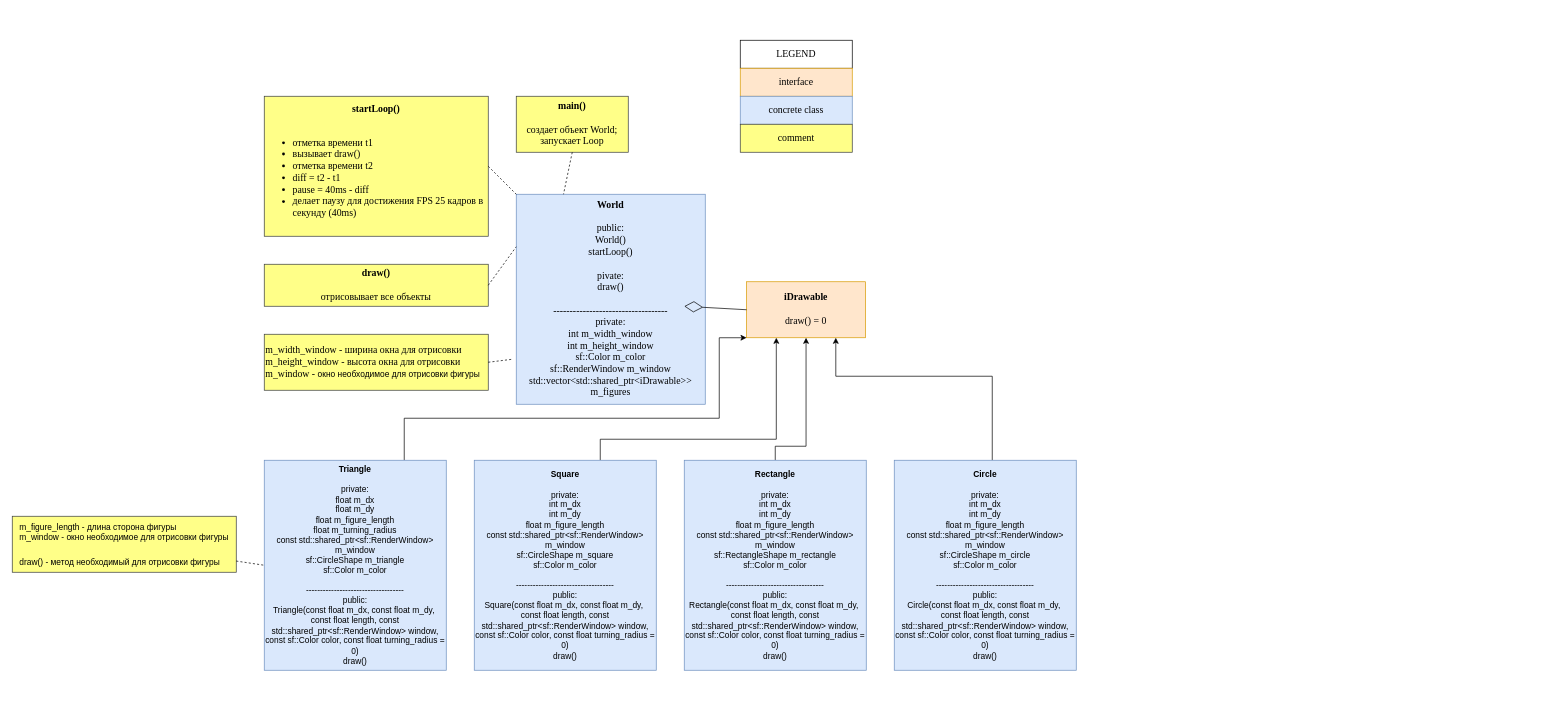
The draw.io diagram 2022-11-22 2120 Figures/figures/diagram.drawio in ProgProgrammer/learning_cpp, before the edit. Source tidied: cells renumbered, new cells numbered last; positions are measured from the earlier drawing's top-left corner, leaving out a move shared by most shapes. Both pictures are drawn from the tidied source at 70%, with x=0, y=0 at pixel (12, 40).
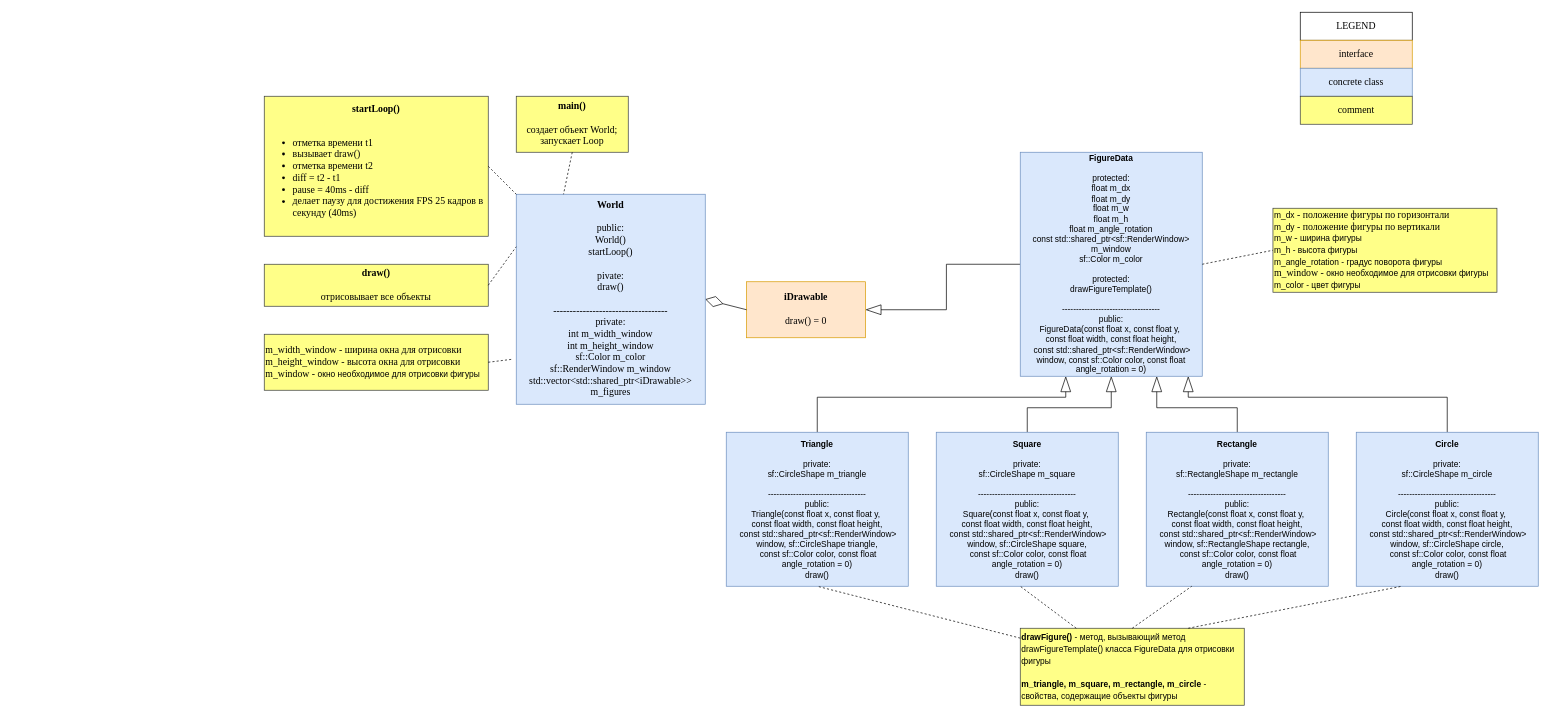
Above is the later version.

Unchanged cells that the change refers to:
```xml
<mxCell id="2" value="&lt;font face=&quot;Times New Roman&quot; style=&quot;font-size: 14px;&quot;&gt;&lt;b&gt;iDrawable&lt;/b&gt;&lt;br&gt;&lt;br&gt;draw() = 0&lt;/font&gt;" style="rounded=0;whiteSpace=wrap;html=1;fillColor=#ffe6cc;strokeColor=#d79b00;" parent="1" vertex="1">
  <mxGeometry x="1049" y="345" width="170" height="80" as="geometry" />
</mxCell>
<mxCell id="3" value="&lt;b&gt;World&lt;/b&gt;&lt;br&gt;&lt;br&gt;public:&lt;br&gt;World()&lt;br&gt;startLoop()&lt;br&gt;&lt;br&gt;pivate:&lt;br&gt;draw()&lt;br&gt;&lt;br&gt;-----------------------------------&lt;br&gt;private:&lt;br&gt;int m_width_window&lt;br&gt;int m_height_window&lt;br&gt;&lt;span style=&quot;font-size: 14px;&quot;&gt;sf::Color m_color&lt;/span&gt;&lt;br&gt;&lt;span style=&quot;font-size: 14px;&quot;&gt;sf::RenderWindow m_window&lt;/span&gt;&lt;br&gt;&lt;span style=&quot;font-size: 14px;&quot;&gt;std::vector&amp;lt;std::shared_ptr&amp;lt;iDrawable&amp;gt;&amp;gt; m_figures&lt;/span&gt;" style="rounded=0;whiteSpace=wrap;html=1;fontFamily=Times New Roman;fontSize=14;fillColor=#dae8fc;strokeColor=#6c8ebf;" parent="1" vertex="1">
  <mxGeometry x="720" y="220" width="270" height="300" as="geometry" />
</mxCell>
```

Change to the diagram source:
```diff
@@
-    <mxCell id="4" style="endArrow=diamondThin;endFill=0;endSize=24;html=1;rounded=0;fontFamily=Times New Roman;fontSize=14;exitX=0;exitY=0.5;exitDx=0;exitDy=0;" parent="1" edge="1" source="2">
-      <mxGeometry relative="1" as="geometry">
-        <mxPoint x="960" y="380" as="targetPoint" />
-      </mxGeometry>
+    <mxCell id="4" style="endArrow=diamondThin;endFill=0;endSize=24;html=1;rounded=0;fontFamily=Times New Roman;fontSize=14;exitX=0;exitY=0.5;exitDx=0;exitDy=0;entryX=1;entryY=0.5;entryDx=0;entryDy=0;" parent="1" edge="1" source="2" target="3">
+      <mxGeometry relative="1" as="geometry" />
     </mxCell>
@@
     <mxCell id="11" value="LEGEND" style="rounded=0;whiteSpace=wrap;html=1;fontFamily=Times New Roman;fontSize=14;" parent="1" vertex="1">
-      <mxGeometry x="1040" width="160" height="40" as="geometry" />
+      <mxGeometry x="1840" y="-40" width="160" height="40" as="geometry" />
     </mxCell>
     <mxCell id="12" value="interface" style="rounded=0;whiteSpace=wrap;html=1;fontFamily=Times New Roman;fontSize=14;fillColor=#ffe6cc;strokeColor=#d79b00;" parent="1" vertex="1">
-      <mxGeometry x="1040" y="40" width="160" height="40" as="geometry" />
+      <mxGeometry x="1840" width="160" height="40" as="geometry" />
     </mxCell>
     <mxCell id="13" value="concrete class" style="rounded=0;whiteSpace=wrap;html=1;fontFamily=Times New Roman;fontSize=14;fillColor=#dae8fc;strokeColor=#6c8ebf;" parent="1" vertex="1">
-      <mxGeometry x="1040" y="80" width="160" height="40" as="geometry" />
+      <mxGeometry x="1840" y="40" width="160" height="40" as="geometry" />
     </mxCell>
     <mxCell id="14" value="comment" style="rounded=0;whiteSpace=wrap;html=1;fontFamily=Times New Roman;fontSize=14;fillColor=#ffff88;strokeColor=#36393d;" parent="1" vertex="1">
-      <mxGeometry x="1040" y="120" width="160" height="40" as="geometry" />
+      <mxGeometry x="1840" y="80" width="160" height="40" as="geometry" />
     </mxCell>
-    <mxCell id="15" style="edgeStyle=orthogonalEdgeStyle;rounded=0;jettySize=auto;html=1;entryX=0;entryY=1;entryDx=0;entryDy=0;" parent="1" edge="1" source="16" target="2">
-      <mxGeometry relative="1" as="geometry">
-        <Array as="points">
-          <mxPoint x="560" y="540" />
-          <mxPoint x="1010" y="540" />
-          <mxPoint x="1010" y="425" />
-        </Array>
-      </mxGeometry>
-    </mxCell>
+    <mxCell id="27" style="edgeStyle=orthogonalEdgeStyle;rounded=0;jumpStyle=none;jumpSize=6;jettySize=auto;html=1;entryX=0.25;entryY=1;entryDx=0;entryDy=0;strokeWidth=1;endArrow=blockThin;endFill=0;endSize=20;" parent="1" edge="1" source="16" target="32">
+      <mxGeometry relative="1" as="geometry">
+        <Array as="points">
+          <mxPoint x="1150" y="510" />
+          <mxPoint x="1505" y="510" />
+        </Array>
+      </mxGeometry>
+    </mxCell>
-    <mxCell id="16" value="&lt;b&gt;Triangle&lt;/b&gt;&lt;br&gt;&lt;br&gt;private:&lt;br&gt;float m_dx&lt;br&gt;float m_dy&lt;br&gt;float m_figure_length&lt;br&gt;float m_turning_radius&lt;br&gt;const&amp;nbsp;std::shared_ptr&amp;lt;sf::RenderWindow&amp;gt; m_window&lt;br&gt;sf::CircleShape m_triangle&lt;br&gt;sf::Color m_color&lt;br&gt;&lt;br&gt;-----------------------------------&lt;br&gt;public:&lt;br&gt;Triangle(const float m_dx, const float m_dy,&amp;nbsp;&lt;br&gt;const float length, const std::shared_ptr&amp;lt;sf::RenderWindow&amp;gt; window, const sf::Color color, const float turning_radius = 0)&lt;br&gt;draw()" style="rounded=0;whiteSpace=wrap;html=1;fillColor=#dae8fc;strokeColor=#6c8ebf;" parent="1" vertex="1">
-      <mxGeometry x="360" y="600" width="260" height="300" as="geometry" />
+    <mxCell id="16" value="&lt;b&gt;Triangle&lt;/b&gt;&lt;br&gt;&lt;br&gt;private:&lt;br&gt;sf::CircleShape m_triangle&lt;br&gt;&lt;br&gt;-----------------------------------&lt;br&gt;public:&lt;br&gt;Triangle(const float x, const float y,&amp;nbsp;&lt;br&gt;const float width, const float height,&lt;br&gt;&amp;nbsp;const std::shared_ptr&amp;lt;sf::RenderWindow&amp;gt; window, sf::CircleShape triangle,&lt;br&gt;&amp;nbsp;const sf::Color color, const float angle_rotation&amp;nbsp;= 0)&lt;br&gt;draw()" style="rounded=0;whiteSpace=wrap;html=1;fillColor=#dae8fc;strokeColor=#6c8ebf;" parent="1" vertex="1">
+      <mxGeometry x="1020" y="560" width="260" height="220" as="geometry" />
     </mxCell>
-    <mxCell id="17" style="edgeStyle=orthogonalEdgeStyle;rounded=0;jettySize=auto;html=1;entryX=0.25;entryY=1;entryDx=0;entryDy=0;" parent="1" edge="1" source="18" target="2">
-      <mxGeometry relative="1" as="geometry">
-        <Array as="points">
-          <mxPoint x="840" y="570" />
-          <mxPoint x="1092" y="570" />
-        </Array>
-      </mxGeometry>
-    </mxCell>
+    <mxCell id="28" style="edgeStyle=orthogonalEdgeStyle;rounded=0;jumpStyle=none;jumpSize=6;jettySize=auto;html=1;strokeWidth=1;endArrow=blockThin;endFill=0;endSize=20;" parent="1" edge="1" source="18" target="32">
+      <mxGeometry relative="1" as="geometry" />
+    </mxCell>
-    <mxCell id="18" value="&lt;b&gt;Square&lt;/b&gt;&lt;br&gt;&lt;br&gt;private:&lt;br&gt;int m_dx&lt;br&gt;int m_dy&lt;br&gt;float m_figure_length&lt;br&gt;const&amp;nbsp;std::shared_ptr&amp;lt;sf::RenderWindow&amp;gt; m_window&lt;br&gt;sf::CircleShape m_square&lt;br&gt;sf::Color m_color&lt;br&gt;&lt;br&gt;-----------------------------------&lt;br&gt;public:&lt;br&gt;Square(const float m_dx, const float m_dy,&amp;nbsp;&lt;br&gt;const float length, const std::shared_ptr&amp;lt;sf::RenderWindow&amp;gt; window, const sf::Color color, const float turning_radius = 0)&lt;br&gt;draw()" style="rounded=0;whiteSpace=wrap;html=1;fillColor=#dae8fc;strokeColor=#6c8ebf;" parent="1" vertex="1">
-      <mxGeometry x="660" y="600" width="260" height="300" as="geometry" />
+    <mxCell id="18" value="&lt;b&gt;Square&lt;/b&gt;&lt;br&gt;&lt;br&gt;private:&lt;br&gt;sf::CircleShape m_square&lt;br&gt;&lt;br&gt;-----------------------------------&lt;br&gt;public:&lt;br&gt;Square(const float x, const float y,&amp;nbsp;&lt;br&gt;const float width, const float height,&lt;br&gt;&amp;nbsp;const std::shared_ptr&amp;lt;sf::RenderWindow&amp;gt; window, sf::CircleShape square,&lt;br&gt;&amp;nbsp;const sf::Color color, const float angle_rotation&amp;nbsp;= 0)&lt;br&gt;draw()" style="rounded=0;whiteSpace=wrap;html=1;fillColor=#dae8fc;strokeColor=#6c8ebf;" parent="1" vertex="1">
+      <mxGeometry x="1320" y="560" width="260" height="220" as="geometry" />
     </mxCell>
-    <mxCell id="19" style="edgeStyle=orthogonalEdgeStyle;rounded=0;jettySize=auto;html=1;entryX=0.5;entryY=1;entryDx=0;entryDy=0;" parent="1" edge="1" source="20" target="2">
-      <mxGeometry relative="1" as="geometry">
-        <Array as="points">
-          <mxPoint x="1090" y="580" />
-          <mxPoint x="1134" y="580" />
-        </Array>
-      </mxGeometry>
-    </mxCell>
+    <mxCell id="29" style="edgeStyle=orthogonalEdgeStyle;rounded=0;jumpStyle=none;jumpSize=6;jettySize=auto;html=1;entryX=0.75;entryY=1;entryDx=0;entryDy=0;strokeWidth=1;endArrow=blockThin;endFill=0;endSize=20;" parent="1" edge="1" source="20" target="32">
+      <mxGeometry relative="1" as="geometry" />
+    </mxCell>
-    <mxCell id="20" value="&lt;b&gt;Rectangle&lt;/b&gt;&lt;br&gt;&lt;br&gt;private:&lt;br&gt;int m_dx&lt;br&gt;int m_dy&lt;br&gt;float m_figure_length&lt;br&gt;const&amp;nbsp;std::shared_ptr&amp;lt;sf::RenderWindow&amp;gt; m_window&lt;br&gt;sf::RectangleShape m_rectangle&lt;br&gt;sf::Color m_color&lt;br&gt;&lt;br&gt;-----------------------------------&lt;br&gt;public:&lt;br&gt;Rectangle(const float m_dx, const float m_dy,&amp;nbsp;&lt;br&gt;const float length, const std::shared_ptr&amp;lt;sf::RenderWindow&amp;gt; window, const sf::Color color, const float turning_radius = 0)&lt;br&gt;draw()" style="rounded=0;whiteSpace=wrap;html=1;fillColor=#dae8fc;strokeColor=#6c8ebf;" parent="1" vertex="1">
-      <mxGeometry x="960" y="600" width="260" height="300" as="geometry" />
+    <mxCell id="20" value="&lt;b&gt;Rectangle&lt;/b&gt;&lt;br&gt;&lt;br&gt;private:&lt;br&gt;sf::RectangleShape m_rectangle&lt;br&gt;&lt;br&gt;-----------------------------------&lt;br&gt;public:&lt;br&gt;Rectangle(const float x, const float y,&amp;nbsp;&lt;br&gt;const float width, const float height,&lt;br&gt;&amp;nbsp;const std::shared_ptr&amp;lt;sf::RenderWindow&amp;gt; window, sf::RectangleShape rectangle,&lt;br&gt;&amp;nbsp;const sf::Color color, const float angle_rotation&amp;nbsp;= 0)&lt;br&gt;draw()" style="rounded=0;whiteSpace=wrap;html=1;fillColor=#dae8fc;strokeColor=#6c8ebf;" parent="1" vertex="1">
+      <mxGeometry x="1620" y="560" width="260" height="220" as="geometry" />
     </mxCell>
-    <mxCell id="21" style="edgeStyle=orthogonalEdgeStyle;rounded=0;jettySize=auto;html=1;entryX=0.75;entryY=1;entryDx=0;entryDy=0;" parent="1" edge="1" source="22" target="2">
-      <mxGeometry relative="1" as="geometry">
-        <Array as="points">
-          <mxPoint x="1400" y="480" />
-          <mxPoint x="1177" y="480" />
-        </Array>
-      </mxGeometry>
-    </mxCell>
+    <mxCell id="30" style="edgeStyle=orthogonalEdgeStyle;rounded=0;jumpStyle=none;jumpSize=6;jettySize=auto;html=1;entryX=0.923;entryY=1;entryDx=0;entryDy=0;entryPerimeter=0;strokeWidth=1;endArrow=blockThin;endFill=0;endSize=20;exitX=0.5;exitY=0;exitDx=0;exitDy=0;" parent="1" edge="1" source="22" target="32">
+      <mxGeometry relative="1" as="geometry">
+        <Array as="points">
+          <mxPoint x="2050" y="510" />
+          <mxPoint x="1680" y="510" />
+        </Array>
+      </mxGeometry>
+    </mxCell>
-    <mxCell id="22" value="&lt;b&gt;Circle&lt;/b&gt;&lt;br&gt;&lt;br&gt;private:&lt;br&gt;int m_dx&lt;br&gt;int m_dy&lt;br&gt;float m_figure_length&lt;br&gt;const std::shared_ptr&amp;lt;sf::RenderWindow&amp;gt; m_window&lt;br&gt;sf::CircleShape m_circle&lt;br&gt;sf::Color m_color&lt;br&gt;&lt;br&gt;-----------------------------------&lt;br&gt;public:&lt;br&gt;Circle(const float m_dx, const float m_dy,&amp;nbsp;&lt;br&gt;const float length, const std::shared_ptr&amp;lt;sf::RenderWindow&amp;gt; window, const sf::Color color, const float turning_radius = 0)&lt;br&gt;draw()" style="rounded=0;whiteSpace=wrap;html=1;fillColor=#dae8fc;strokeColor=#6c8ebf;" parent="1" vertex="1">
-      <mxGeometry x="1260" y="600" width="260" height="300" as="geometry" />
+    <mxCell id="22" value="&lt;b&gt;Circle&lt;/b&gt;&lt;br&gt;&lt;br&gt;private:&lt;br&gt;sf::CircleShape m_circle&lt;br&gt;&lt;br&gt;-----------------------------------&lt;br&gt;public:&lt;br&gt;Circle(const float x, const float y,&amp;nbsp;&lt;br&gt;const float width, const float height,&lt;br&gt;&amp;nbsp;const std::shared_ptr&amp;lt;sf::RenderWindow&amp;gt; window, sf::CircleShape circle,&lt;br&gt;&amp;nbsp;const sf::Color color, const float angle_rotation&amp;nbsp;= 0)&lt;br&gt;draw()" style="rounded=0;whiteSpace=wrap;html=1;fillColor=#dae8fc;strokeColor=#6c8ebf;" parent="1" vertex="1">
+      <mxGeometry x="1920" y="560" width="260" height="220" as="geometry" />
     </mxCell>
-    <mxCell id="23" value="&lt;div style=&quot;text-align: left;&quot;&gt;&lt;span style=&quot;font-family: Helvetica; font-size: 12px; background-color: initial;&quot;&gt;m_figure_length - длина сторона фигуры&lt;/span&gt;&lt;/div&gt;&lt;span style=&quot;font-family: Helvetica; font-size: 12px;&quot;&gt;&lt;div style=&quot;text-align: left;&quot;&gt;&lt;span style=&quot;background-color: initial;&quot;&gt;m_window - окно необходимое для отрисовки фигуры&lt;/span&gt;&lt;/div&gt;&lt;/span&gt;&lt;div style=&quot;text-align: left;&quot;&gt;&lt;font face=&quot;Helvetica&quot;&gt;&lt;span style=&quot;font-size: 12px;&quot;&gt;&lt;br&gt;&lt;/span&gt;&lt;/font&gt;&lt;/div&gt;&lt;font face=&quot;Helvetica&quot;&gt;&lt;div style=&quot;text-align: left;&quot;&gt;&lt;span style=&quot;font-size: 12px; background-color: initial;&quot;&gt;draw() - метод необходимый для отрисовки фигуры&lt;/span&gt;&lt;/div&gt;&lt;/font&gt;" style="rounded=0;whiteSpace=wrap;html=1;fontFamily=Times New Roman;fontSize=14;fillColor=#ffff88;strokeColor=#36393d;" parent="1" vertex="1">
-      <mxGeometry y="680" width="320" height="80" as="geometry" />
+    <mxCell id="23" value="&lt;div style=&quot;&quot;&gt;&lt;span style=&quot;font-family: Helvetica; font-size: 12px;&quot;&gt;&lt;b&gt;drawFigure()&lt;/b&gt; - метод, вызывающий метод&amp;nbsp;&lt;/span&gt;&lt;br&gt;&lt;/div&gt;&lt;span style=&quot;font-family: Helvetica; font-size: 12px;&quot;&gt;drawFigureTemplate() класса FigureData для отрисовки фигуры&lt;br&gt;&lt;br&gt;&lt;/span&gt;&lt;b&gt;&lt;span style=&quot;font-family: Helvetica; font-size: 12px; text-align: center;&quot;&gt;m_triangle,&amp;nbsp;&lt;/span&gt;&lt;span style=&quot;font-family: Helvetica; font-size: 12px; text-align: center;&quot;&gt;m_square,&amp;nbsp;&lt;/span&gt;&lt;span style=&quot;font-family: Helvetica; font-size: 12px; text-align: center;&quot;&gt;m_rectangle,&amp;nbsp;&lt;/span&gt;&lt;/b&gt;&lt;span style=&quot;font-family: Helvetica; font-size: 12px; text-align: center;&quot;&gt;&lt;b&gt;m_circle&lt;/b&gt; - свойства, содержащие объекты фигуры&lt;/span&gt;&lt;span style=&quot;font-family: Helvetica; font-size: 12px;&quot;&gt;&lt;br&gt;&lt;/span&gt;" style="rounded=0;whiteSpace=wrap;html=1;fontFamily=Times New Roman;fontSize=14;fillColor=#ffff88;strokeColor=#36393d;align=left;" parent="1" vertex="1">
+      <mxGeometry x="1440" y="840" width="320" height="110" as="geometry" />
     </mxCell>
-    <mxCell id="24" style="endArrow=none;dashed=1;html=1;rounded=0;entryX=0;entryY=0.5;entryDx=0;entryDy=0;" parent="1" edge="1" source="23" target="16">
+    <mxCell id="24" style="endArrow=none;dashed=1;html=1;rounded=0;entryX=0.5;entryY=1;entryDx=0;entryDy=0;" parent="1" edge="1" source="23" target="16">
       <mxGeometry relative="1" as="geometry" />
     </mxCell>
@@
+    <mxCell id="31" style="edgeStyle=orthogonalEdgeStyle;rounded=0;jettySize=auto;html=1;jumpSize=6;jumpStyle=none;strokeWidth=1;endArrow=blockThin;endFill=0;endSize=20;" parent="1" edge="1" source="32" target="2">
+      <mxGeometry relative="1" as="geometry" />
+    </mxCell>
+    <mxCell id="32" value="&lt;b&gt;FigureData&lt;/b&gt;&lt;br&gt;&lt;br&gt;protected:&lt;br&gt;float m_dx&lt;br&gt;float m_dy&lt;br&gt;float m_w&lt;br&gt;float m_h&lt;br&gt;float m_angle_rotation&lt;br&gt;const&amp;nbsp;std::shared_ptr&amp;lt;sf::RenderWindow&amp;gt; m_window&lt;br&gt;sf::Color m_color&lt;br&gt;&lt;br&gt;protected:&lt;br&gt;drawFigureTemplate()&lt;br&gt;&lt;br&gt;-----------------------------------&lt;br&gt;public:&lt;br&gt;FigureData(const float x, const float y,&amp;nbsp;&lt;br&gt;const float width, const float height,&lt;br&gt;&amp;nbsp;const std::shared_ptr&amp;lt;sf::RenderWindow&amp;gt; window, const sf::Color color, const float angle_rotation&amp;nbsp;= 0)" style="rounded=0;whiteSpace=wrap;html=1;fillColor=#dae8fc;strokeColor=#6c8ebf;" parent="1" vertex="1">
+      <mxGeometry x="1440" y="160" width="260" height="320" as="geometry" />
+    </mxCell>
+    <mxCell id="33" style="endArrow=none;dashed=1;html=1;rounded=0;entryX=0.25;entryY=1;entryDx=0;entryDy=0;exitX=0.5;exitY=0;exitDx=0;exitDy=0;" parent="1" edge="1" source="23" target="20">
+      <mxGeometry relative="1" as="geometry" />
+    </mxCell>
+    <mxCell id="34" style="endArrow=none;dashed=1;html=1;rounded=0;entryX=0.25;entryY=1;entryDx=0;entryDy=0;exitX=0.75;exitY=0;exitDx=0;exitDy=0;" parent="1" edge="1" source="23" target="22">
+      <mxGeometry relative="1" as="geometry" />
+    </mxCell>
+    <mxCell id="35" style="endArrow=none;dashed=1;html=1;rounded=0;entryX=0.5;entryY=1;entryDx=0;entryDy=0;exitX=0.25;exitY=0;exitDx=0;exitDy=0;" parent="1" edge="1" source="23">
+      <mxGeometry relative="1" as="geometry">
+        <mxPoint x="1440" y="780" as="targetPoint" />
+      </mxGeometry>
+    </mxCell>
+    <mxCell id="36" value="&lt;span style=&quot;font-family: Helvetica; font-size: 12px; text-align: center;&quot;&gt;m_dx&lt;/span&gt;&amp;nbsp;- положение фигуры по горизонтали&lt;br&gt;&lt;span style=&quot;font-family: Helvetica; font-size: 12px; text-align: center;&quot;&gt;m_dy&lt;/span&gt;&amp;nbsp;- положение фигуры по вертикали&lt;br&gt;&lt;span style=&quot;font-family: Helvetica; font-size: 12px; text-align: center;&quot;&gt;m_w&lt;/span&gt;&lt;span style=&quot;background-color: initial;&quot;&gt;&amp;nbsp;-&amp;nbsp;&lt;/span&gt;&lt;span style=&quot;background-color: initial; font-family: Helvetica; font-size: 12px;&quot;&gt;ширина фигуры&lt;br&gt;&lt;/span&gt;&lt;span style=&quot;font-family: Helvetica; font-size: 12px; text-align: center;&quot;&gt;m_h - высота фигуры&lt;br&gt;&lt;/span&gt;&lt;span style=&quot;font-family: Helvetica; font-size: 12px; text-align: center;&quot;&gt;m_angle_rotation - градус поворота фигуры&lt;br&gt;&lt;/span&gt;&lt;span style=&quot;background-color: initial;&quot;&gt;m_window -&amp;nbsp;&lt;/span&gt;&lt;span style=&quot;background-color: initial; font-family: Helvetica; font-size: 12px;&quot;&gt;окно необходимое для отрисовки фигуры&lt;br&gt;&lt;/span&gt;&lt;span style=&quot;font-family: Helvetica; font-size: 12px; text-align: center;&quot;&gt;m_color - цвет фигуры&lt;/span&gt;&lt;span style=&quot;font-family: Helvetica; font-size: 12px; text-align: center;&quot;&gt;&lt;br&gt;&lt;/span&gt;" style="rounded=0;whiteSpace=wrap;html=1;fontFamily=Times New Roman;fontSize=14;fillColor=#ffff88;strokeColor=#36393d;align=left;" parent="1" vertex="1">
+      <mxGeometry x="1801" y="240" width="320" height="120" as="geometry" />
+    </mxCell>
+    <mxCell id="37" style="endArrow=none;dashed=1;html=1;rounded=0;strokeWidth=1;endSize=20;jumpStyle=none;jumpSize=6;entryX=0;entryY=0.5;entryDx=0;entryDy=0;exitX=1;exitY=0.5;exitDx=0;exitDy=0;" parent="1" edge="1" source="32" target="36">
+      <mxGeometry relative="1" as="geometry" />
+    </mxCell>
```
